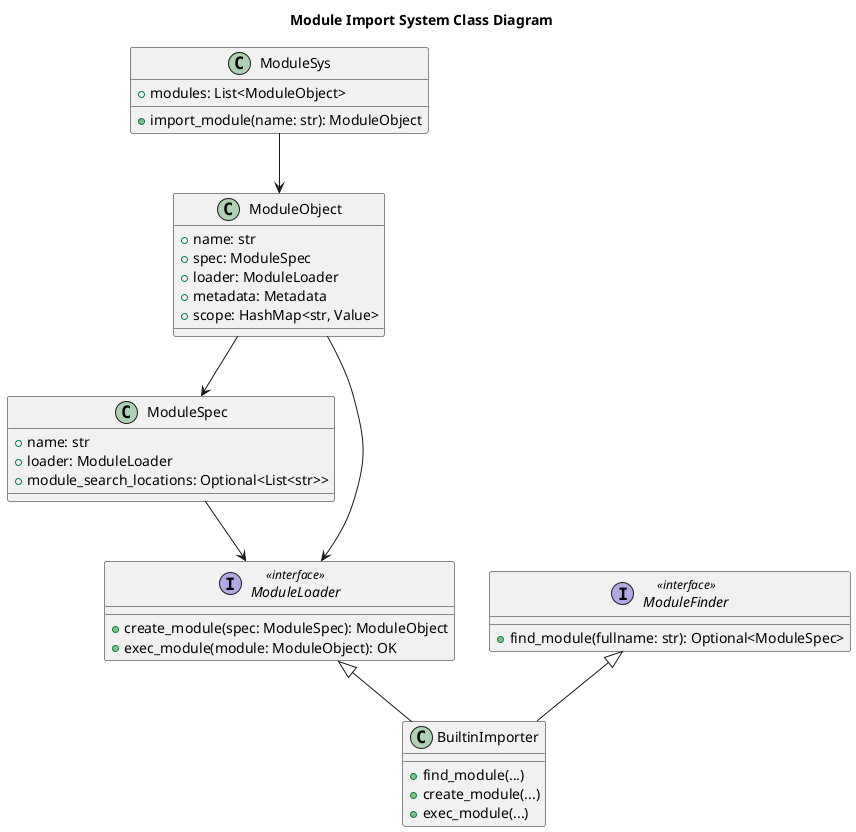
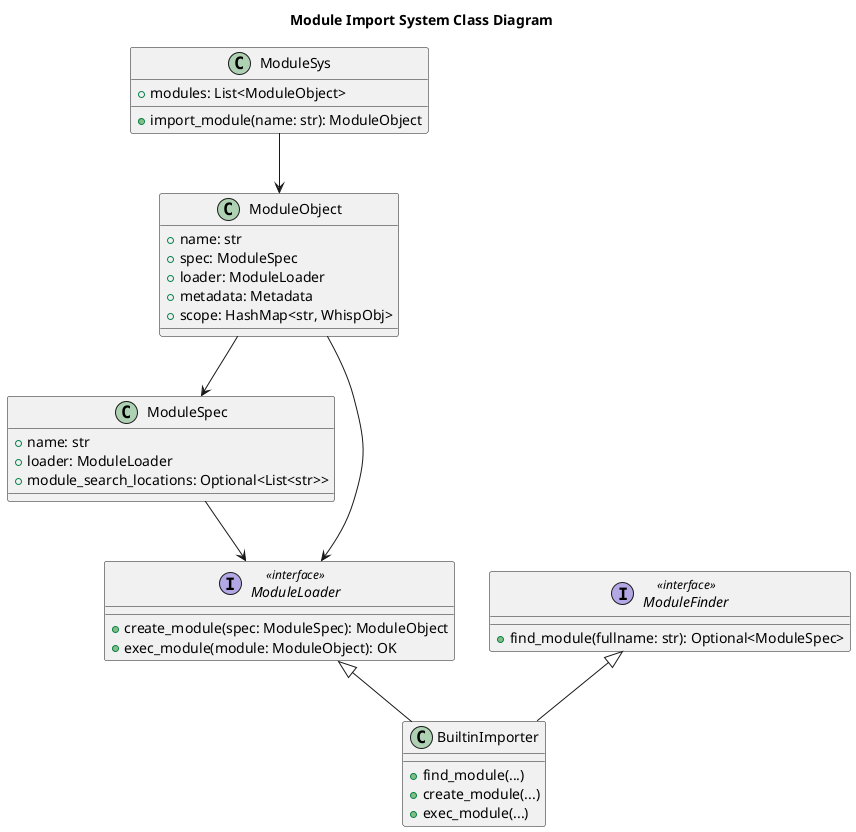
@startuml
title Module Import System Class Diagram

' === Core Classes ===
class ModuleSys {
  +modules: List<ModuleObject>
  +import_module(name: str): ModuleObject
}

class ModuleObject {
  +name: str
  +spec: ModuleSpec
  +loader: ModuleLoader
  +metadata: Metadata
-   +scope: HashMap<str, Value>
+   +scope: HashMap<str, WhispObj>
}

class ModuleSpec {
  +name: str
  +loader: ModuleLoader
  +module_search_locations: Optional<List<str>>
}

interface ModuleFinder <<interface>> {
  +find_module(fullname: str): Optional<ModuleSpec>
}

interface ModuleLoader <<interface>> {
  +create_module(spec: ModuleSpec): ModuleObject
  +exec_module(module: ModuleObject): OK
}

class BuiltinImporter {
  +find_module(...)
  +create_module(...)
  +exec_module(...)
}

' === Relationships ===
ModuleFinder <|-- BuiltinImporter
ModuleLoader <|-- BuiltinImporter

ModuleSpec --> ModuleLoader
ModuleObject --> ModuleLoader
ModuleObject --> ModuleSpec
ModuleSys --> ModuleObject

@enduml
